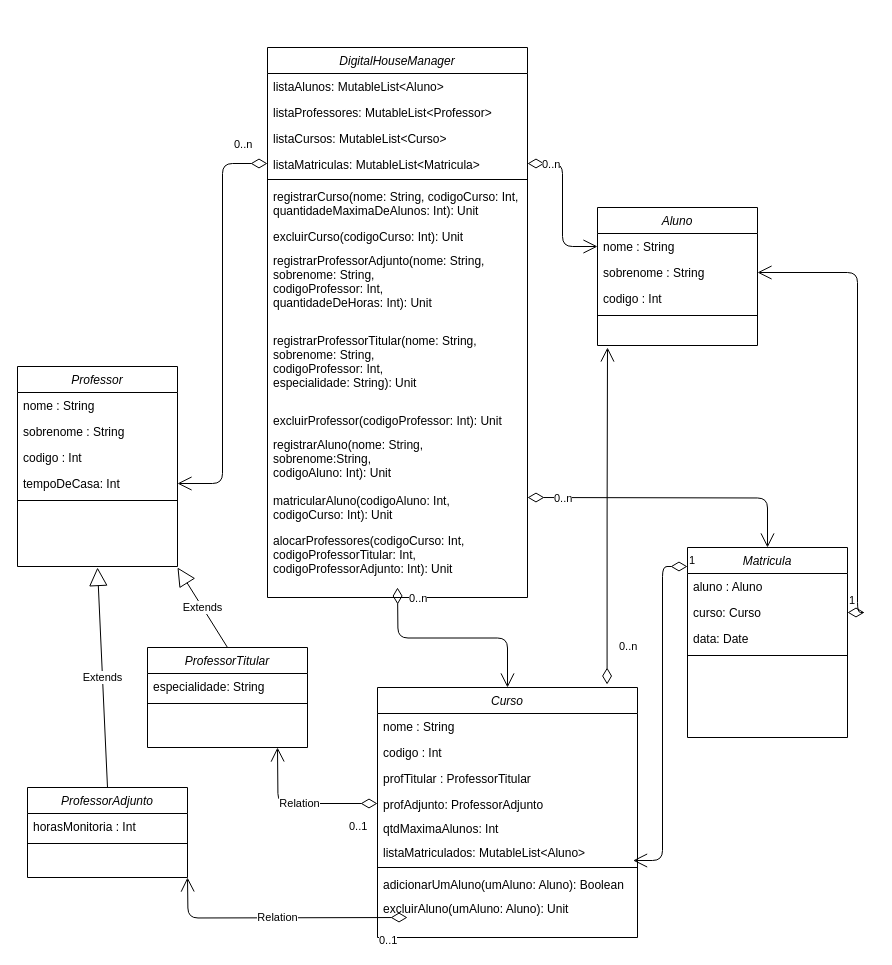
Before: ProjetoKotlin.drawio in ldcsales/ProjetoKotlin, a draw.io diagram. Source tidied: cells renumbered, new cells numbered last; positions are measured from the earlier drawing's top-left corner, leaving out a move shared by most shapes. Both pictures are drawn from the tidied source at 100%, with x=0, y=0 at pixel (17, 47).
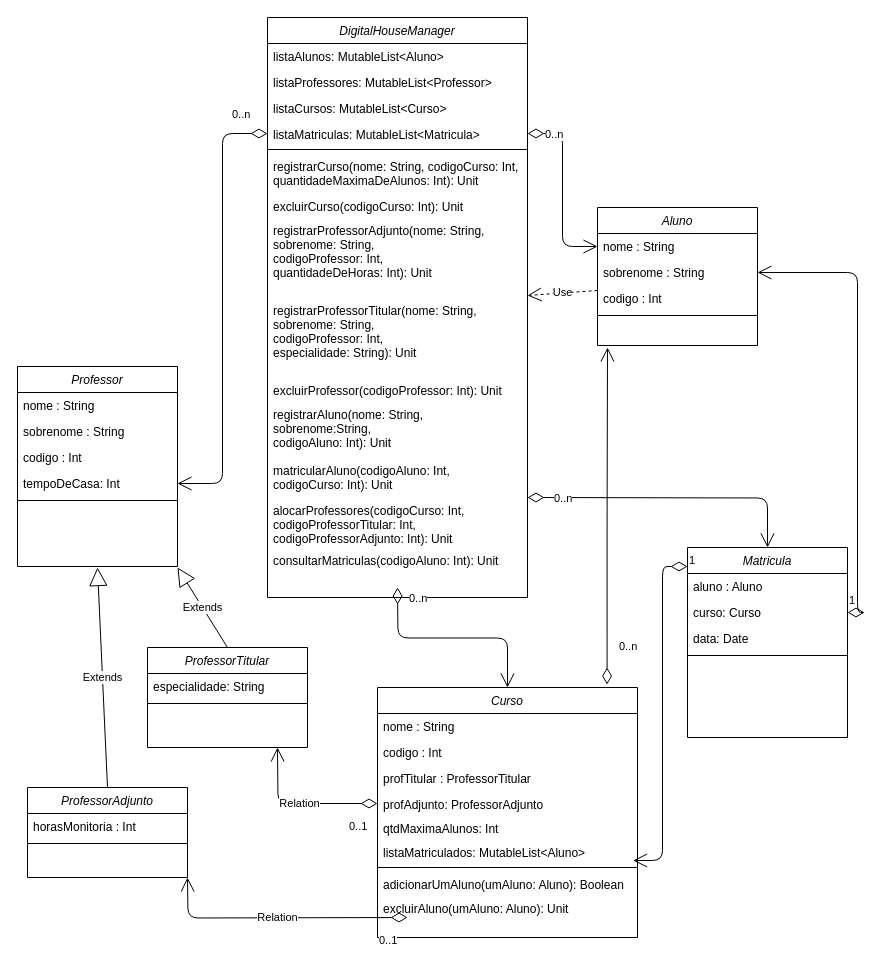
The same diagram, later.

Commit message:
Adicionado arquivo drawio do UML

Unchanged cells that the change refers to:
```xml
<mxCell id="20" value="sobrenome : String&#10;" style="text;align=left;verticalAlign=top;spacingLeft=4;spacingRight=4;overflow=hidden;points=[[0,0.5],[1,0.5]];portConstraint=eastwest;rounded=0;shadow=0;html=0;" parent="18" vertex="1">
  <mxGeometry y="52" width="160" height="26" as="geometry" />
</mxCell>
<mxCell id="52" value="registrarProfessorTitular(nome: String,&#10;sobrenome: String,&#10;codigoProfessor: Int, &#10;especialidade: String): Unit&#10;" style="text;align=left;verticalAlign=top;spacingLeft=4;spacingRight=4;overflow=hidden;points=[[0,0.5],[1,0.5]];portConstraint=eastwest;rounded=0;shadow=0;html=0;" parent="43" vertex="1">
  <mxGeometry y="280" width="260" height="80" as="geometry" />
</mxCell>
```

Change to the diagram source:
```diff
@@
     <mxCell id="43" value="DigitalHouseManager" style="swimlane;fontStyle=2;align=center;verticalAlign=top;horizontal=1;startSize=26;rounded=0;shadow=0;strokeWidth=1;" parent="1" vertex="1">
-      <mxGeometry x="250" width="260" height="550" as="geometry" />
+      <mxGeometry x="250" y="-30" width="260" height="580" as="geometry" />
     </mxCell>
@@
+    <mxCell id="61" value="consultarMatriculas(codigoAluno: Int): Unit&#10;&#10;" style="text;align=left;verticalAlign=top;spacingLeft=4;spacingRight=4;overflow=hidden;rounded=0;shadow=0;html=0;" parent="43" vertex="1">
+      <mxGeometry y="530" width="260" height="50" as="geometry" />
+    </mxCell>
@@
+    <mxCell id="62" value="Use" style="endArrow=open;endSize=12;dashed=1;html=1;entryX=1;entryY=-0.025;entryDx=0;entryDy=0;entryPerimeter=0;exitX=0;exitY=1.192;exitDx=0;exitDy=0;exitPerimeter=0;" parent="1" edge="1" source="20" target="52">
+      <mxGeometry relative="1" as="geometry" />
+    </mxCell>
```
